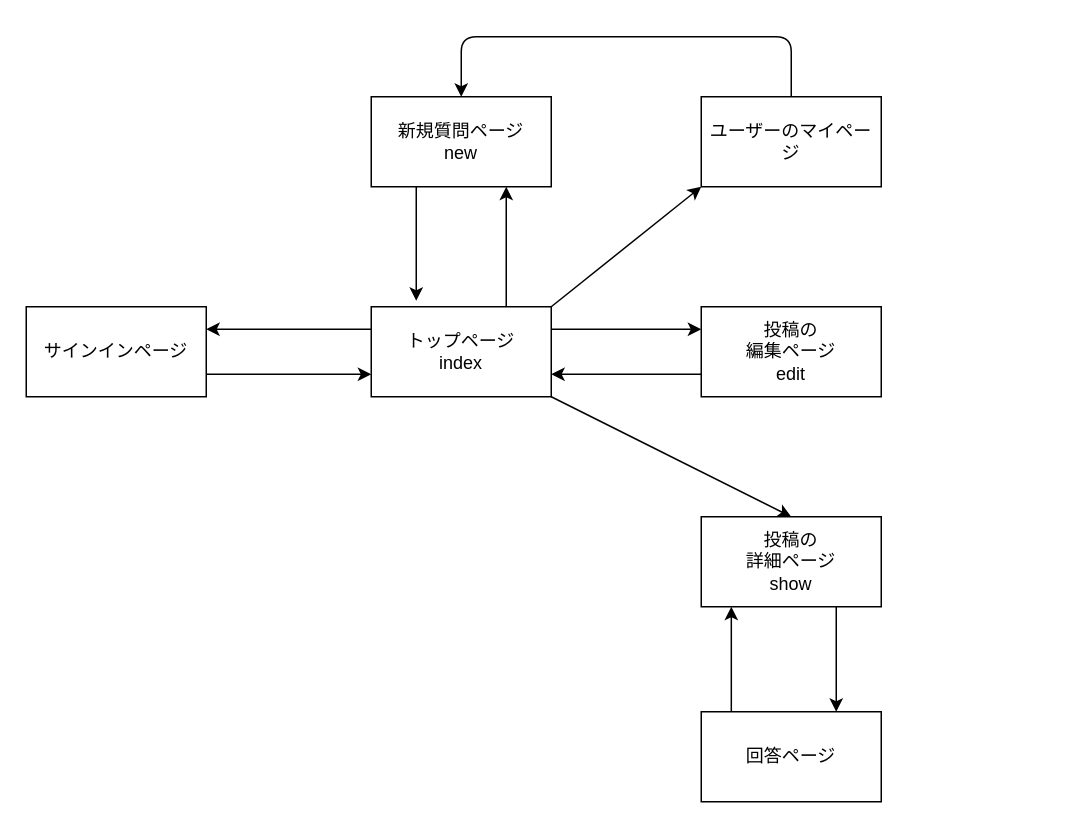
This is page "ページ2" (2 of 2) of test.drawio from iwaikousuke/fes, a draw.io file, before an edit. Source tidied: cells renumbered, new cells numbered last; positions are measured from the earlier drawing's top-left corner, leaving out a move shared by most shapes. Both pictures are drawn from the tidied source at 150%, with x=0, y=0 at pixel (26, 36).
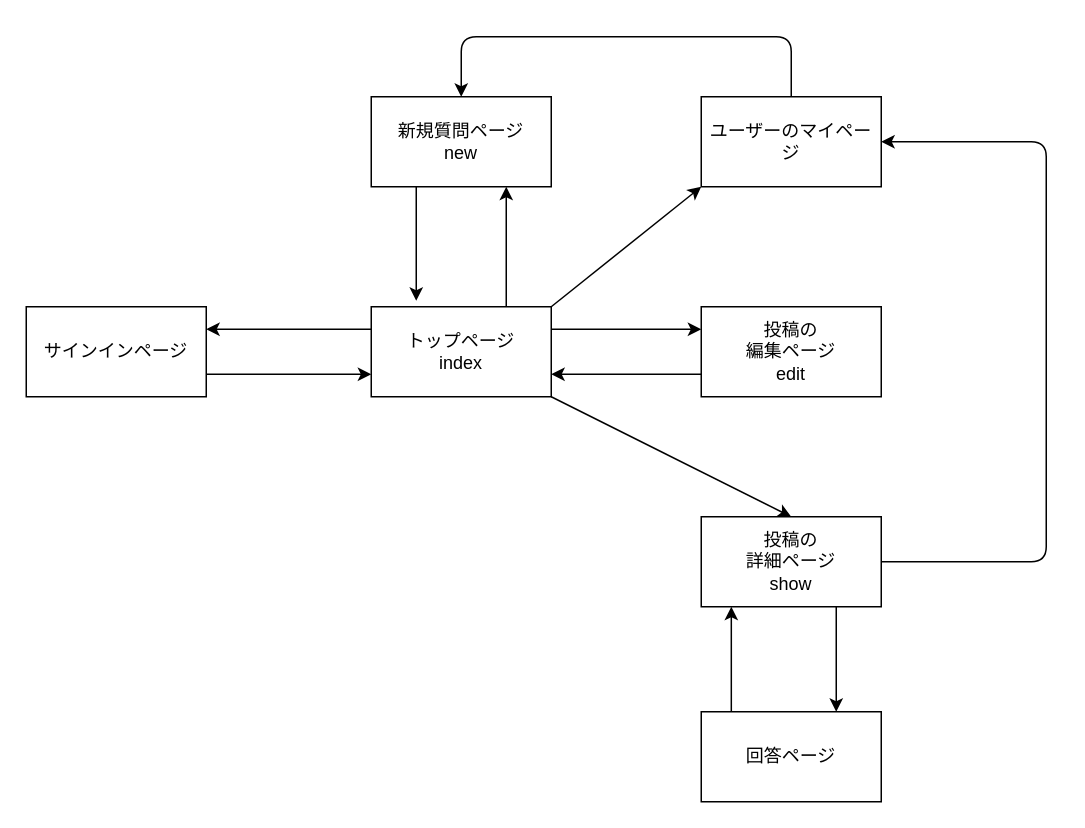
After the change.

Unchanged cells that the change refers to:
```xml
<mxCell id="6" value="投稿の&lt;br&gt;詳細ページ&lt;br&gt;show" style="rounded=0;whiteSpace=wrap;html=1;" parent="1" vertex="1">
  <mxGeometry x="450" y="320" width="120" height="60" as="geometry" />
</mxCell>
<mxCell id="15" value="ユーザーのマイページ" style="rounded=0;whiteSpace=wrap;html=1;" parent="1" vertex="1">
  <mxGeometry x="450" y="40" width="120" height="60" as="geometry" />
</mxCell>
```

The edit, as a diff of the source:
```diff
@@
+    <mxCell id="20" style="endArrow=classic;html=1;exitX=1;exitY=0.5;exitDx=0;exitDy=0;edgeStyle=elbowEdgeStyle;entryX=1;entryY=0.5;entryDx=0;entryDy=0;" parent="1" edge="1" source="6" target="15">
+      <mxGeometry relative="1" as="geometry">
+        <Array as="points">
+          <mxPoint x="680" y="220" />
+        </Array>
+      </mxGeometry>
+    </mxCell>
```
